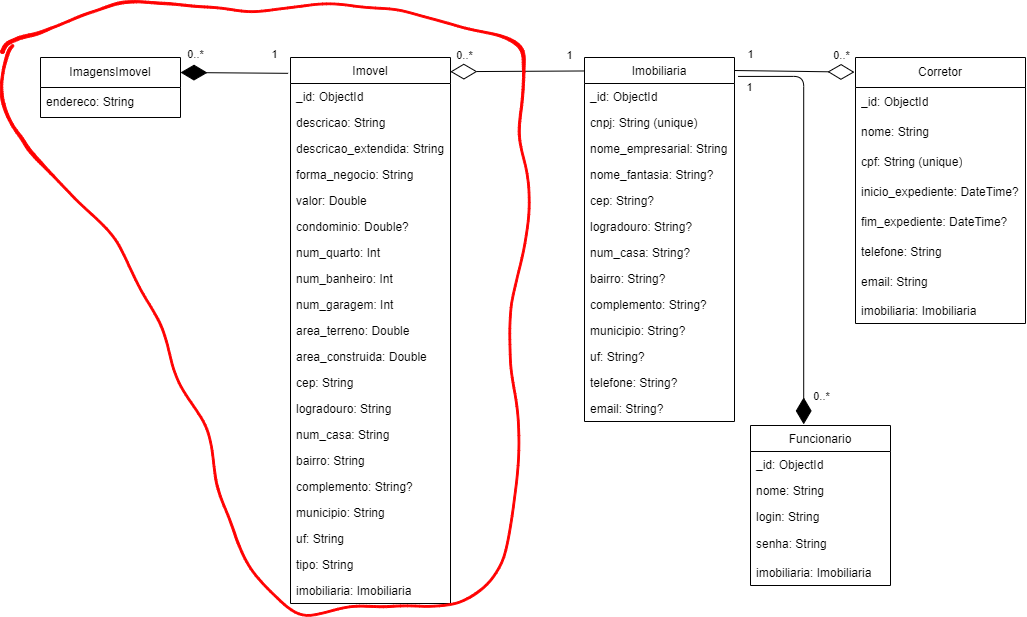
Before: docs/NoAM.png, a diagram exported from draw.io (FatecFranca/DSM-G07-PI3-2024-1). Source tidied: cells renumbered, new cells last; positions are measured from the earlier drawing's top-left corner, leaving out a move shared by most shapes.
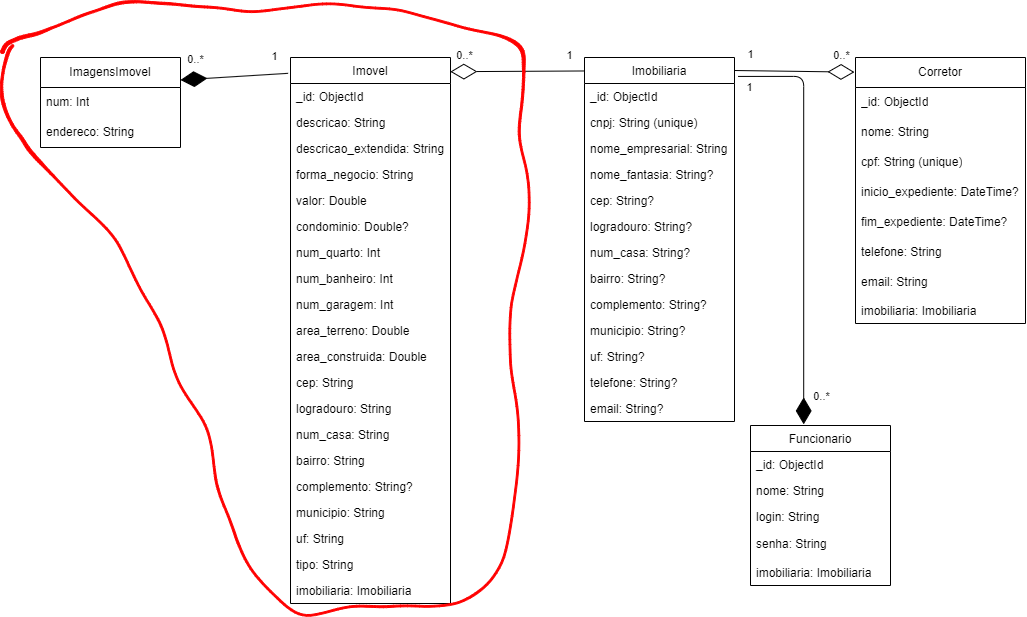
After the change.

Commit message:
Pesquisa de Imóveis, Alterações Diagrama NoAM

The edit, as a diff of the source:
```diff
@@ -66,11 +66,14 @@
       <mxGeometry y="520" width="160" height="26" as="geometry" />
     </mxCell>
     <mxCell id="23" value="ImagensImovel" style="swimlane;fontStyle=0;horizontal=1;startSize=30;whiteSpace=wrap;html=1;fillColor=none;" parent="1" vertex="1">
-      <mxGeometry x="40" y="57" width="140" height="60" as="geometry" />
+      <mxGeometry x="40" y="57" width="140" height="90" as="geometry" />
     </mxCell>
-    <mxCell id="24" value="endereco: String" style="text;strokeColor=none;fillColor=none;align=left;verticalAlign=middle;spacingLeft=4;spacingRight=4;overflow=hidden;whiteSpace=wrap;html=1;" parent="23" vertex="1">
+    <mxCell id="24" value="num: Int" style="text;strokeColor=none;fillColor=none;align=left;verticalAlign=middle;spacingLeft=4;spacingRight=4;overflow=hidden;whiteSpace=wrap;html=1;" parent="23" vertex="1">
       <mxGeometry y="30" width="140" height="30" as="geometry" />
     </mxCell>
+    <mxCell id="67" value="endereco: String" style="text;strokeColor=none;fillColor=none;align=left;verticalAlign=middle;spacingLeft=4;spacingRight=4;overflow=hidden;whiteSpace=wrap;html=1;" parent="23" vertex="1">
+      <mxGeometry y="60" width="140" height="30" as="geometry" />
+    </mxCell>
     <mxCell id="25" value="Imobiliaria" style="swimlane;fontStyle=0;horizontal=1;startSize=26;fillColor=none;" parent="1" vertex="1">
       <mxGeometry x="584" y="57" width="150" height="364" as="geometry" />
     </mxCell>
```
